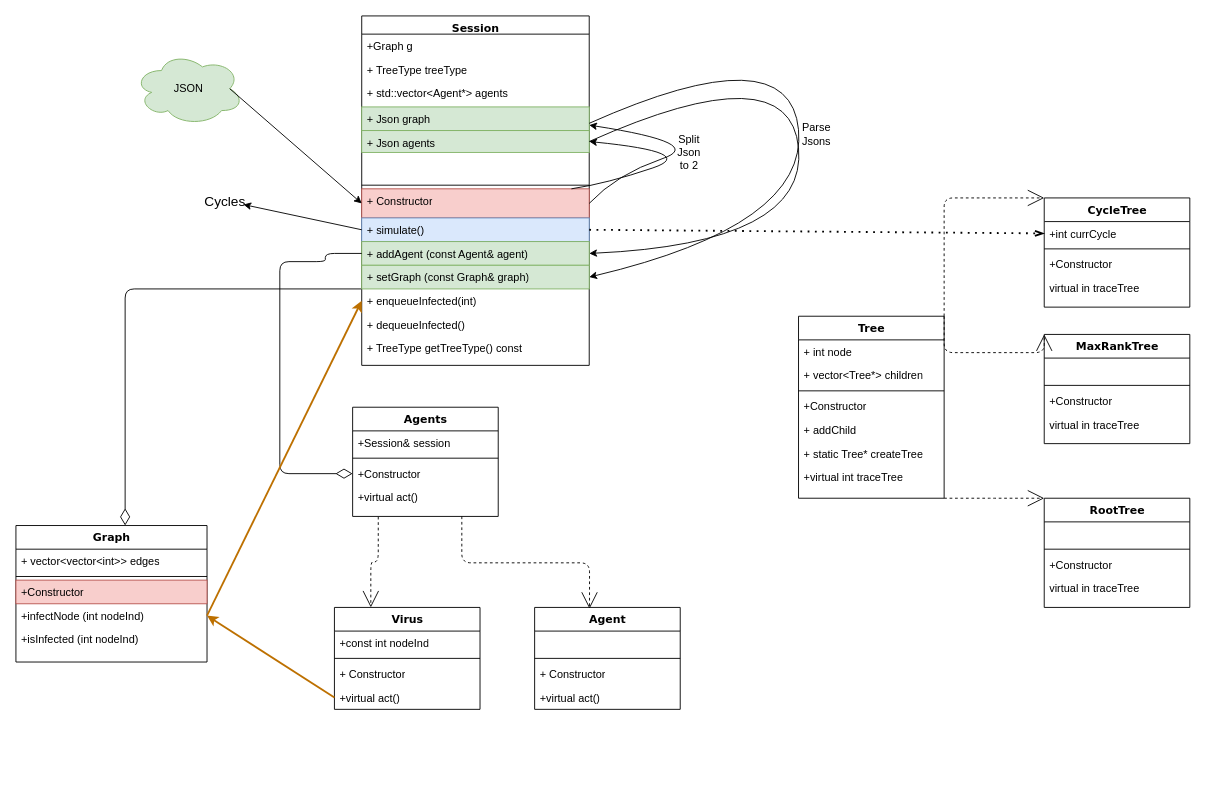
Avoz194/Advanced-Programing---Ass1 keeps this draw.io diagram as Untitled Diagram.drawio. Above is the earlier version. Source tidied: cells renumbered, new cells numbered last; positions are measured from the earlier drawing's top-left corner, leaving out a move shared by most shapes. Both pictures are drawn from the tidied source at 91%, with x=0, y=0 at pixel (15, 15).
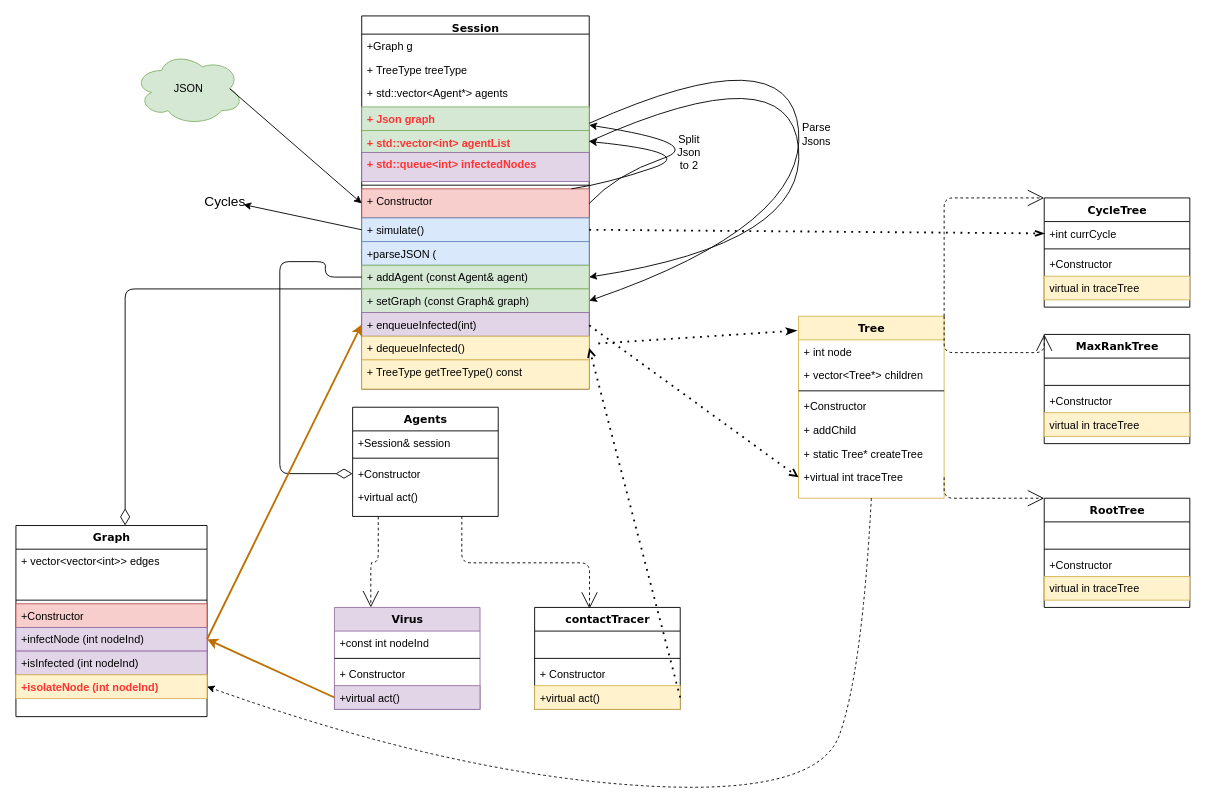
Above is the later version.

Unchanged cells that the change refers to:
```xml
<mxCell id="29" value="+virtual int traceTree" style="text;html=1;strokeColor=none;fillColor=none;align=left;verticalAlign=top;spacingLeft=4;spacingRight=4;whiteSpace=wrap;overflow=hidden;points=[[0,0.5],[1,0.5]];portConstraint=eastwest;" parent="22" vertex="1">
  <mxGeometry y="164" width="160" height="26" as="geometry" />
</mxCell>
<mxCell id="59" value="CycleTree" style="swimlane;html=1;fontStyle=1;align=center;verticalAlign=top;horizontal=1;startSize=26;swimlaneFillColor=#ffffff;rounded=0;shadow=0;comic=0;labelBackgroundColor=none;strokeWidth=1;fillColor=none;fontFamily=Verdana;fontSize=12;" parent="1" vertex="1">
  <mxGeometry x="1130" y="200" width="160" height="120" as="geometry" />
</mxCell>
<mxCell id="66" value="MaxRankTree" style="swimlane;html=1;fontStyle=1;align=center;verticalAlign=top;horizontal=1;startSize=26;swimlaneFillColor=#ffffff;rounded=0;shadow=0;comic=0;labelBackgroundColor=none;strokeWidth=1;fillColor=none;fontFamily=Verdana;fontSize=12;" parent="1" vertex="1">
  <mxGeometry x="1130" y="350" width="160" height="120" as="geometry" />
</mxCell>
<mxCell id="71" value="RootTree" style="swimlane;html=1;fontStyle=1;align=center;verticalAlign=top;horizontal=1;startSize=26;swimlaneFillColor=#ffffff;rounded=0;shadow=0;comic=0;labelBackgroundColor=none;strokeWidth=1;fillColor=none;fontFamily=Verdana;fontSize=12;" parent="1" vertex="1">
  <mxGeometry x="1130" y="530" width="160" height="120" as="geometry" />
</mxCell>
```

Diff of the diagram source:
```diff
@@
     <mxCell id="3" value="Session" style="swimlane;html=1;fontStyle=1;align=center;verticalAlign=top;horizontal=1;startSize=20;swimlaneFillColor=#ffffff;rounded=0;shadow=0;comic=0;labelBackgroundColor=none;strokeWidth=1;fillColor=none;fontFamily=Verdana;fontSize=12;" parent="1" vertex="1">
-      <mxGeometry x="380" width="250" height="384" as="geometry" />
+      <mxGeometry x="380" width="250" height="410" as="geometry" />
     </mxCell>
@@
-    <mxCell id="7" value="+ Json graph" style="text;html=1;strokeColor=#82b366;fillColor=#d5e8d4;align=left;verticalAlign=top;spacingLeft=4;spacingRight=4;whiteSpace=wrap;overflow=hidden;points=[[0,0.5],[1,0.5]];portConstraint=eastwest;" parent="3" vertex="1">
+    <mxCell id="7" value="+ Json graph" style="text;html=1;strokeColor=#82b366;fillColor=#d5e8d4;align=left;verticalAlign=top;spacingLeft=4;spacingRight=4;whiteSpace=wrap;overflow=hidden;points=[[0,0.5],[1,0.5]];portConstraint=eastwest;fontColor=#FF3333;fontStyle=1;" parent="3" vertex="1">
       <mxGeometry y="100" width="250" height="26" as="geometry" />
     </mxCell>
-    <mxCell id="8" value="+ Json agents" style="text;html=1;strokeColor=#82b366;fillColor=#d5e8d4;align=left;verticalAlign=top;spacingLeft=4;spacingRight=4;whiteSpace=wrap;overflow=hidden;points=[[0,0.5],[1,0.5]];portConstraint=eastwest;" parent="3" vertex="1">
+    <mxCell id="8" value="+ std::vector&amp;lt;int&amp;gt; agentList" style="text;html=1;strokeColor=#82b366;fillColor=#d5e8d4;align=left;verticalAlign=top;spacingLeft=4;spacingRight=4;whiteSpace=wrap;overflow=hidden;points=[[0,0.5],[1,0.5]];portConstraint=eastwest;fontColor=#FF3333;fontStyle=1;" parent="3" vertex="1">
       <mxGeometry y="126" width="250" height="24" as="geometry" />
     </mxCell>
-    <mxCell id="9" value="&amp;nbsp;" style="text;html=1;strokeColor=none;fillColor=none;align=left;verticalAlign=top;spacingLeft=4;spacingRight=4;whiteSpace=wrap;overflow=hidden;" parent="3" vertex="1">
+    <mxCell id="9" value="+ std::queue&amp;lt;int&amp;gt; infectedNodes" style="text;html=1;strokeColor=#9673a6;fillColor=#e1d5e7;align=left;verticalAlign=top;spacingLeft=4;spacingRight=4;whiteSpace=wrap;overflow=hidden;fontStyle=1;fontColor=#FF3333;" parent="3" vertex="1">
       <mxGeometry y="150" width="250" height="32" as="geometry" />
     </mxCell>
@@
+    <mxCell id="81" value="+parseJSON (" style="text;html=1;strokeColor=#6c8ebf;fillColor=#dae8fc;align=left;verticalAlign=top;spacingLeft=4;spacingRight=4;whiteSpace=wrap;overflow=hidden;" parent="3" vertex="1">
+      <mxGeometry y="248" width="250" height="26" as="geometry" />
+    </mxCell>
     <mxCell id="13" value="+ addAgent (const Agent&amp;amp; agent)" style="text;html=1;strokeColor=#82b366;fillColor=#d5e8d4;align=left;verticalAlign=top;spacingLeft=4;spacingRight=4;whiteSpace=wrap;overflow=hidden;points=[[0,0.5],[1,0.5]];portConstraint=eastwest;" parent="3" vertex="1">
-      <mxGeometry y="248" width="250" height="26" as="geometry" />
+      <mxGeometry y="274" width="250" height="26" as="geometry" />
     </mxCell>
     <mxCell id="14" value="+ setGraph (const Graph&amp;amp; graph)" style="text;html=1;strokeColor=#82b366;fillColor=#d5e8d4;align=left;verticalAlign=top;spacingLeft=4;spacingRight=4;whiteSpace=wrap;overflow=hidden;points=[[0,0.5],[1,0.5]];portConstraint=eastwest;" parent="3" vertex="1">
-      <mxGeometry y="274" width="250" height="26" as="geometry" />
+      <mxGeometry y="300" width="250" height="26" as="geometry" />
     </mxCell>
-    <mxCell id="15" value="+ enqueueInfected(int)" style="text;html=1;strokeColor=none;fillColor=none;align=left;verticalAlign=top;spacingLeft=4;spacingRight=4;whiteSpace=wrap;overflow=hidden;points=[[0,0.5],[1,0.5]];portConstraint=eastwest;" parent="3" vertex="1">
-      <mxGeometry y="300" width="250" height="26" as="geometry" />
+    <mxCell id="15" value="+ enqueueInfected(int)" style="text;html=1;strokeColor=#9673a6;fillColor=#e1d5e7;align=left;verticalAlign=top;spacingLeft=4;spacingRight=4;whiteSpace=wrap;overflow=hidden;points=[[0,0.5],[1,0.5]];portConstraint=eastwest;" parent="3" vertex="1">
+      <mxGeometry y="326" width="250" height="26" as="geometry" />
     </mxCell>
-    <mxCell id="16" value="+ dequeueInfected()" style="text;html=1;strokeColor=none;fillColor=none;align=left;verticalAlign=top;spacingLeft=4;spacingRight=4;whiteSpace=wrap;overflow=hidden;points=[[0,0.5],[1,0.5]];portConstraint=eastwest;" parent="3" vertex="1">
-      <mxGeometry y="326" width="250" height="26" as="geometry" />
+    <mxCell id="16" value="+ dequeueInfected()" style="text;html=1;align=left;verticalAlign=top;spacingLeft=4;spacingRight=4;whiteSpace=wrap;overflow=hidden;points=[[0,0.5],[1,0.5]];portConstraint=eastwest;fillColor=#fff2cc;strokeColor=#d6b656;" parent="3" vertex="1">
+      <mxGeometry y="352" width="250" height="26" as="geometry" />
     </mxCell>
-    <mxCell id="17" value="+ TreeType getTreeType() const" style="text;html=1;strokeColor=none;fillColor=none;align=left;verticalAlign=top;spacingLeft=4;spacingRight=4;whiteSpace=wrap;overflow=hidden;" parent="3" vertex="1">
-      <mxGeometry y="352" width="250" height="32" as="geometry" />
+    <mxCell id="17" value="+ TreeType getTreeType() const" style="text;html=1;strokeColor=#d6b656;fillColor=#fff2cc;align=left;verticalAlign=top;spacingLeft=4;spacingRight=4;whiteSpace=wrap;overflow=hidden;" parent="3" vertex="1">
+      <mxGeometry y="378" width="250" height="32" as="geometry" />
     </mxCell>
@@
-    <mxCell id="22" value="Tree" style="swimlane;html=1;fontStyle=1;align=center;verticalAlign=top;horizontal=1;startSize=26;swimlaneFillColor=#ffffff;rounded=0;shadow=0;comic=0;labelBackgroundColor=none;strokeWidth=1;fillColor=none;fontFamily=Verdana;fontSize=12;" parent="1" vertex="1">
+    <mxCell id="22" value="Tree" style="swimlane;html=1;fontStyle=1;align=center;verticalAlign=top;horizontal=1;startSize=26;swimlaneFillColor=#ffffff;rounded=0;shadow=0;comic=0;labelBackgroundColor=none;strokeWidth=1;fillColor=#fff2cc;fontFamily=Verdana;fontSize=12;strokeColor=#d6b656;" parent="1" vertex="1">
       <mxGeometry x="860" y="330" width="160" height="200" as="geometry" />
     </mxCell>
@@
     <mxCell id="30" value="Graph" style="swimlane;html=1;fontStyle=1;align=center;verticalAlign=top;horizontal=1;startSize=26;swimlaneFillColor=#ffffff;rounded=0;shadow=0;comic=0;labelBackgroundColor=none;strokeWidth=1;fillColor=none;fontFamily=Verdana;fontSize=12;" parent="1" vertex="1">
-      <mxGeometry y="560" width="210" height="150" as="geometry" />
+      <mxGeometry y="560" width="210" height="210" as="geometry" />
     </mxCell>
@@
+    <mxCell id="82" value="&amp;nbsp;" style="text;html=1;strokeColor=none;fillColor=none;align=left;verticalAlign=top;spacingLeft=4;spacingRight=4;whiteSpace=wrap;overflow=hidden;" parent="30" vertex="1">
+      <mxGeometry y="52" width="210" height="26" as="geometry" />
+    </mxCell>
     <mxCell id="32" style="line;html=1;strokeWidth=1;fillColor=none;align=left;verticalAlign=middle;spacingTop=-1;spacingLeft=3;spacingRight=3;labelPosition=right;" parent="30" vertex="1">
-      <mxGeometry y="52" width="210" height="8" as="geometry" />
+      <mxGeometry y="78" width="210" height="8" as="geometry" />
     </mxCell>
     <mxCell id="33" value="+Constructor" style="text;html=1;strokeColor=#b85450;fillColor=#f8cecc;align=left;verticalAlign=top;spacingLeft=4;spacingRight=4;whiteSpace=wrap;overflow=hidden;" parent="30" vertex="1">
-      <mxGeometry y="60" width="210" height="26" as="geometry" />
+      <mxGeometry y="86" width="210" height="26" as="geometry" />
     </mxCell>
-    <mxCell id="34" value="+infectNode (int nodeInd)" style="text;html=1;strokeColor=none;fillColor=none;align=left;verticalAlign=top;spacingLeft=4;spacingRight=4;whiteSpace=wrap;overflow=hidden;points=[[0,0.5],[1,0.5]];portConstraint=eastwest;" parent="30" vertex="1">
-      <mxGeometry y="86" width="210" height="26" as="geometry" />
+    <mxCell id="34" value="+infectNode (int nodeInd)" style="text;html=1;strokeColor=#9673a6;fillColor=#e1d5e7;align=left;verticalAlign=top;spacingLeft=4;spacingRight=4;whiteSpace=wrap;overflow=hidden;points=[[0,0.5],[1,0.5]];portConstraint=eastwest;" parent="30" vertex="1">
+      <mxGeometry y="112" width="210" height="26" as="geometry" />
     </mxCell>
-    <mxCell id="35" value="+isInfected (int nodeInd)" style="text;html=1;strokeColor=none;fillColor=none;align=left;verticalAlign=top;spacingLeft=4;spacingRight=4;whiteSpace=wrap;overflow=hidden;" parent="30" vertex="1">
-      <mxGeometry y="112" width="210" height="26" as="geometry" />
+    <mxCell id="35" value="+isInfected (int nodeInd)" style="text;html=1;strokeColor=#9673a6;fillColor=#e1d5e7;align=left;verticalAlign=top;spacingLeft=4;spacingRight=4;whiteSpace=wrap;overflow=hidden;" parent="30" vertex="1">
+      <mxGeometry y="138" width="210" height="26" as="geometry" />
     </mxCell>
+    <mxCell id="83" value="+isolateNode (int nodeInd)" style="text;html=1;strokeColor=#d6b656;fillColor=#fff2cc;align=left;verticalAlign=top;spacingLeft=4;spacingRight=4;whiteSpace=wrap;overflow=hidden;points=[[0,0.5],[1,0.5]];portConstraint=eastwest;fontColor=#FF3333;fontStyle=1;" parent="30" vertex="1">
+      <mxGeometry y="164" width="210" height="26" as="geometry" />
+    </mxCell>
@@
-    <mxCell id="41" value="Virus" style="swimlane;html=1;fontStyle=1;align=center;verticalAlign=top;horizontal=1;startSize=26;swimlaneFillColor=#ffffff;rounded=0;shadow=0;comic=0;labelBackgroundColor=none;strokeWidth=1;fillColor=none;fontFamily=Verdana;fontSize=12;" parent="1" vertex="1">
+    <mxCell id="41" value="Virus" style="swimlane;html=1;fontStyle=1;align=center;verticalAlign=top;horizontal=1;startSize=26;swimlaneFillColor=#ffffff;rounded=0;shadow=0;comic=0;labelBackgroundColor=none;strokeWidth=1;fillColor=#e1d5e7;fontFamily=Verdana;fontSize=12;strokeColor=#9673a6;" parent="1" vertex="1">
       <mxGeometry x="350" y="650" width="160" height="112" as="geometry" />
     </mxCell>
@@
-    <mxCell id="45" value="+virtual act()" style="text;html=1;strokeColor=none;fillColor=none;align=left;verticalAlign=top;spacingLeft=4;spacingRight=4;whiteSpace=wrap;overflow=hidden;points=[[0,0.5],[1,0.5]];portConstraint=eastwest;" parent="41" vertex="1">
+    <mxCell id="45" value="+virtual act()" style="text;html=1;strokeColor=#9673a6;fillColor=#e1d5e7;align=left;verticalAlign=top;spacingLeft=4;spacingRight=4;whiteSpace=wrap;overflow=hidden;points=[[0,0.5],[1,0.5]];portConstraint=eastwest;" parent="41" vertex="1">
       <mxGeometry y="86" width="160" height="26" as="geometry" />
     </mxCell>
-    <mxCell id="46" value="Agent" style="swimlane;html=1;fontStyle=1;align=center;verticalAlign=top;horizontal=1;startSize=26;swimlaneFillColor=#ffffff;rounded=0;shadow=0;comic=0;labelBackgroundColor=none;strokeWidth=1;fillColor=none;fontFamily=Verdana;fontSize=12;" parent="1" vertex="1">
+    <mxCell id="46" value="contactTracer" style="swimlane;html=1;fontStyle=1;align=center;verticalAlign=top;horizontal=1;startSize=26;swimlaneFillColor=#ffffff;rounded=0;shadow=0;comic=0;labelBackgroundColor=none;strokeWidth=1;fillColor=none;fontFamily=Verdana;fontSize=12;" parent="1" vertex="1">
       <mxGeometry x="570" y="650" width="160" height="112" as="geometry" />
     </mxCell>
@@
-    <mxCell id="50" value="+virtual act()" style="text;html=1;strokeColor=none;fillColor=none;align=left;verticalAlign=top;spacingLeft=4;spacingRight=4;whiteSpace=wrap;overflow=hidden;points=[[0,0.5],[1,0.5]];portConstraint=eastwest;" parent="46" vertex="1">
+    <mxCell id="50" value="+virtual act()" style="text;html=1;strokeColor=#d6b656;fillColor=#fff2cc;align=left;verticalAlign=top;spacingLeft=4;spacingRight=4;whiteSpace=wrap;overflow=hidden;points=[[0,0.5],[1,0.5]];portConstraint=eastwest;" parent="46" vertex="1">
       <mxGeometry y="86" width="160" height="26" as="geometry" />
     </mxCell>
@@
-    <mxCell id="63" value="virtual in traceTree" style="text;html=1;strokeColor=none;fillColor=none;align=left;verticalAlign=top;spacingLeft=4;spacingRight=4;whiteSpace=wrap;overflow=hidden;" parent="59" vertex="1">
+    <mxCell id="63" value="virtual in traceTree" style="text;html=1;strokeColor=#d6b656;fillColor=#fff2cc;align=left;verticalAlign=top;spacingLeft=4;spacingRight=4;whiteSpace=wrap;overflow=hidden;" parent="59" vertex="1">
       <mxGeometry y="86" width="160" height="26" as="geometry" />
     </mxCell>
@@
-    <mxCell id="70" value="virtual in traceTree" style="text;html=1;strokeColor=none;fillColor=none;align=left;verticalAlign=top;spacingLeft=4;spacingRight=4;whiteSpace=wrap;overflow=hidden;" parent="66" vertex="1">
+    <mxCell id="70" value="virtual in traceTree" style="text;html=1;strokeColor=#d6b656;fillColor=#fff2cc;align=left;verticalAlign=top;spacingLeft=4;spacingRight=4;whiteSpace=wrap;overflow=hidden;" parent="66" vertex="1">
       <mxGeometry y="86" width="160" height="26" as="geometry" />
     </mxCell>
@@
-    <mxCell id="75" value="virtual in traceTree" style="text;html=1;strokeColor=none;fillColor=none;align=left;verticalAlign=top;spacingLeft=4;spacingRight=4;whiteSpace=wrap;overflow=hidden;" parent="71" vertex="1">
+    <mxCell id="75" value="virtual in traceTree" style="text;html=1;strokeColor=#d6b656;fillColor=#fff2cc;align=left;verticalAlign=top;spacingLeft=4;spacingRight=4;whiteSpace=wrap;overflow=hidden;" parent="71" vertex="1">
       <mxGeometry y="86" width="160" height="26" as="geometry" />
     </mxCell>
@@
-    <mxCell id="77" style="edgeStyle=elbowEdgeStyle;html=1;labelBackgroundColor=none;startFill=0;startSize=8;endArrow=open;endFill=0;endSize=16;fontFamily=Verdana;fontSize=12;elbow=vertical;dashed=1;exitX=1;exitY=1;exitDx=0;exitDy=0;entryX=0;entryY=0;entryDx=0;entryDy=0;" parent="1" edge="1" source="22" target="71">
+    <mxCell id="77" style="edgeStyle=elbowEdgeStyle;html=1;labelBackgroundColor=none;startFill=0;startSize=8;endArrow=open;endFill=0;endSize=16;fontFamily=Verdana;fontSize=12;elbow=vertical;dashed=1;exitX=1;exitY=0.5;exitDx=0;exitDy=0;entryX=0;entryY=0;entryDx=0;entryDy=0;" parent="1" edge="1" source="29" target="71">
       <mxGeometry relative="1" as="geometry">
         <Array as="points">
           <mxPoint x="1080" y="530" />
         </Array>
       </mxGeometry>
     </mxCell>
@@
+    <mxCell id="84" style="endArrow=classicThin;dashed=1;html=1;dashPattern=1 3;strokeWidth=2;entryX=-0.012;entryY=0.079;entryDx=0;entryDy=0;entryPerimeter=0;endFill=1;" parent="1" edge="1" target="22">
+      <mxGeometry relative="1" as="geometry">
+        <mxPoint x="640" y="360" as="sourcePoint" />
+      </mxGeometry>
+    </mxCell>
+    <mxCell id="85" style="endArrow=open;dashed=1;html=1;dashPattern=1 3;strokeWidth=2;exitX=1;exitY=0.5;exitDx=0;exitDy=0;entryX=1;entryY=0.5;entryDx=0;entryDy=0;endFill=0;" parent="1" edge="1" source="50" target="16">
+      <mxGeometry relative="1" as="geometry" />
+    </mxCell>
+    <mxCell id="86" style="endArrow=open;dashed=1;html=1;dashPattern=1 3;strokeWidth=2;entryX=0;entryY=0.5;entryDx=0;entryDy=0;endFill=0;" parent="1" edge="1" target="29">
+      <mxGeometry relative="1" as="geometry">
+        <mxPoint x="630" y="340" as="sourcePoint" />
+      </mxGeometry>
+    </mxCell>
+    <mxCell id="87" style="curved=1;endArrow=classic;html=1;strokeWidth=1;exitX=0.5;exitY=1;exitDx=0;exitDy=0;entryX=1;entryY=0.5;entryDx=0;entryDy=0;dashed=1;" parent="1" edge="1" source="22" target="83">
+      <mxGeometry relative="1" as="geometry">
+        <Array as="points">
+          <mxPoint x="930" y="720" />
+          <mxPoint x="880" y="860" />
+          <mxPoint x="470" y="830" />
+        </Array>
+      </mxGeometry>
+    </mxCell>
```
